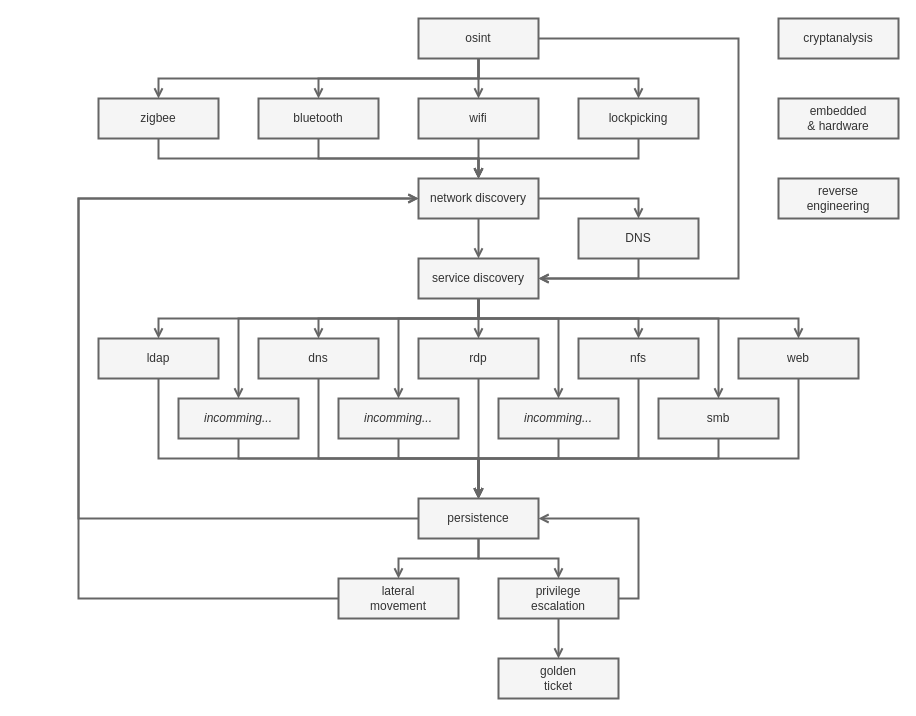
This is posts/notes/pwn/tree.drawio from 0b11stan/blog, a draw.io file, before an edit. Source tidied: cells renumbered, new cells numbered last; positions are measured from the earlier drawing's top-left corner, leaving out a move shared by most shapes. Both pictures are drawn from the tidied source at 100%, with x=0, y=0 at pixel (78, 18).
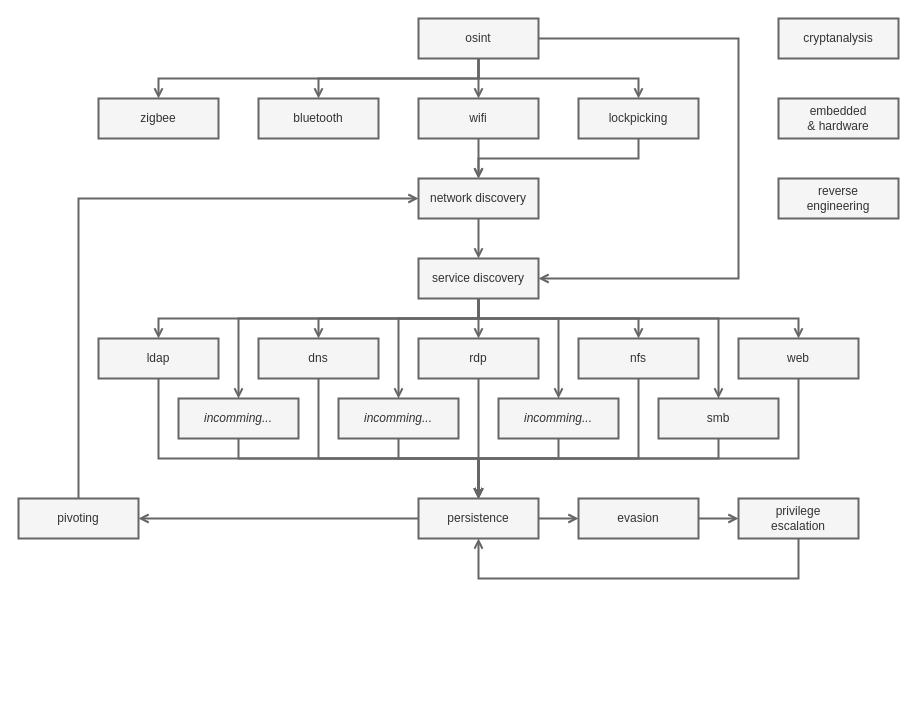
The same page after the edit.

The change refers to these unchanged cells:
```xml
<mxCell id="16" value="network discovery" style="rounded=0;whiteSpace=wrap;html=1;fillColor=#f5f5f5;fontColor=#333333;strokeColor=#666666;strokeWidth=2;" parent="1" vertex="1">
  <mxGeometry x="340" y="160" width="120" height="40" as="geometry" />
</mxCell>
<mxCell id="26" value="service discovery" style="rounded=0;whiteSpace=wrap;html=1;fillColor=#f5f5f5;fontColor=#333333;strokeColor=#666666;strokeWidth=2;" parent="1" vertex="1">
  <mxGeometry x="340" y="240" width="120" height="40" as="geometry" />
</mxCell>
<mxCell id="38" value="persistence" style="rounded=0;whiteSpace=wrap;html=1;fillColor=#f5f5f5;fontColor=#333333;strokeColor=#666666;strokeWidth=2;" parent="1" vertex="1">
  <mxGeometry x="340" y="480" width="120" height="40" as="geometry" />
</mxCell>
<mxCell id="59" value="bluetooth" style="rounded=0;whiteSpace=wrap;html=1;fillColor=#f5f5f5;fontColor=#333333;strokeColor=#666666;strokeWidth=2;" parent="1" vertex="1">
  <mxGeometry x="180" y="80" width="120" height="40" as="geometry" />
</mxCell>
<mxCell id="61" value="zigbee" style="rounded=0;whiteSpace=wrap;html=1;fillColor=#f5f5f5;fontColor=#333333;strokeColor=#666666;strokeWidth=2;" parent="1" vertex="1">
  <mxGeometry x="20" y="80" width="120" height="40" as="geometry" />
</mxCell>
```

What changed in the source:
```diff
@@
-    <mxCell id="15" style="edgeStyle=orthogonalEdgeStyle;rounded=0;jettySize=auto;html=1;strokeWidth=2;fillColor=#f5f5f5;strokeColor=#666666;endArrow=open;endFill=0;" parent="1" edge="1" source="16" target="55">
-      <mxGeometry relative="1" as="geometry">
-        <Array as="points">
-          <mxPoint x="560" y="180" />
-        </Array>
-      </mxGeometry>
-    </mxCell>
@@
-    <mxCell id="35" style="edgeStyle=orthogonalEdgeStyle;rounded=0;jettySize=auto;html=1;fillColor=#f5f5f5;strokeColor=#666666;strokeWidth=2;endArrow=open;endFill=0;" parent="1" edge="1" source="38" target="40">
+    <mxCell id="35" style="edgeStyle=orthogonalEdgeStyle;rounded=0;jettySize=auto;html=1;fillColor=#f5f5f5;strokeColor=#666666;strokeWidth=2;endArrow=open;endFill=0;" parent="1" edge="1" source="38" target="63">
       <mxGeometry relative="1" as="geometry" />
     </mxCell>
-    <mxCell id="36" style="edgeStyle=orthogonalEdgeStyle;rounded=0;jettySize=auto;html=1;fillColor=#f5f5f5;strokeColor=#666666;strokeWidth=2;endArrow=open;endFill=0;" parent="1" edge="1" source="38" target="16">
-      <mxGeometry relative="1" as="geometry">
-        <Array as="points">
-          <mxPoint y="500" />
-          <mxPoint y="180" />
-        </Array>
-      </mxGeometry>
-    </mxCell>
     <mxCell id="37" style="edgeStyle=orthogonalEdgeStyle;rounded=0;jettySize=auto;html=1;fillColor=#f5f5f5;strokeColor=#666666;strokeWidth=2;endArrow=open;endFill=0;" parent="1" edge="1" source="38" target="43">
       <mxGeometry relative="1" as="geometry">
         <Array as="points">
-          <mxPoint x="400" y="540" />
-          <mxPoint x="320" y="540" />
+          <mxPoint x="350" y="500" />
+          <mxPoint x="350" y="500" />
         </Array>
       </mxGeometry>
     </mxCell>
@@
     <mxCell id="39" style="edgeStyle=orthogonalEdgeStyle;rounded=0;jettySize=auto;html=1;fillColor=#f5f5f5;strokeColor=#666666;strokeWidth=2;endArrow=open;endFill=0;" parent="1" edge="1" source="40" target="38">
       <mxGeometry relative="1" as="geometry">
         <Array as="points">
-          <mxPoint x="560" y="580" />
-          <mxPoint x="560" y="500" />
+          <mxPoint x="720" y="560" />
+          <mxPoint x="400" y="560" />
         </Array>
       </mxGeometry>
     </mxCell>
     <mxCell id="40" value="privilege&lt;br&gt;escalation" style="rounded=0;whiteSpace=wrap;html=1;fillColor=#f5f5f5;fontColor=#333333;strokeColor=#666666;strokeWidth=2;" parent="1" vertex="1">
-      <mxGeometry x="420" y="560" width="120" height="40" as="geometry" />
+      <mxGeometry x="660" y="480" width="120" height="40" as="geometry" />
     </mxCell>
-    <mxCell id="41" style="edgeStyle=orthogonalEdgeStyle;rounded=0;jettySize=auto;html=1;fillColor=#f5f5f5;strokeColor=#666666;strokeWidth=2;endArrow=open;endFill=0;" parent="1" edge="1" source="40" target="44">
-      <mxGeometry relative="1" as="geometry" />
-    </mxCell>
     <mxCell id="42" style="edgeStyle=orthogonalEdgeStyle;rounded=0;jettySize=auto;html=1;fillColor=#f5f5f5;strokeColor=#666666;strokeWidth=2;endArrow=open;endFill=0;" parent="1" edge="1" source="43" target="16">
       <mxGeometry relative="1" as="geometry">
         <Array as="points">
-          <mxPoint y="580" />
           <mxPoint y="180" />
         </Array>
       </mxGeometry>
     </mxCell>
-    <mxCell id="43" value="lateral&lt;br&gt;movement" style="rounded=0;whiteSpace=wrap;html=1;fillColor=#f5f5f5;fontColor=#333333;strokeColor=#666666;strokeWidth=2;" parent="1" vertex="1">
-      <mxGeometry x="260" y="560" width="120" height="40" as="geometry" />
+    <mxCell id="43" value="pivoting" style="rounded=0;whiteSpace=wrap;html=1;fillColor=#f5f5f5;fontColor=#333333;strokeColor=#666666;strokeWidth=2;" parent="1" vertex="1">
+      <mxGeometry x="-60" y="480" width="120" height="40" as="geometry" />
     </mxCell>
-    <mxCell id="44" value="golden&lt;br&gt;ticket" style="rounded=0;whiteSpace=wrap;html=1;fillColor=#f5f5f5;fontColor=#333333;strokeColor=#666666;strokeWidth=2;" parent="1" vertex="1">
-      <mxGeometry x="420" y="640" width="120" height="40" as="geometry" />
-    </mxCell>
@@
-    <mxCell id="54" style="edgeStyle=orthogonalEdgeStyle;rounded=0;jettySize=auto;html=1;endArrow=open;endFill=0;strokeWidth=2;fillColor=#f5f5f5;strokeColor=#666666;" parent="1" edge="1" source="55" target="26">
-      <mxGeometry relative="1" as="geometry">
-        <Array as="points">
-          <mxPoint x="560" y="260" />
-        </Array>
-      </mxGeometry>
-    </mxCell>
-    <mxCell id="55" value="DNS" style="rounded=0;whiteSpace=wrap;html=1;fillColor=#f5f5f5;fontColor=#333333;strokeColor=#666666;strokeWidth=2;" parent="1" vertex="1">
-      <mxGeometry x="500" y="200" width="120" height="40" as="geometry" />
-    </mxCell>
@@
-    <mxCell id="58" style="edgeStyle=orthogonalEdgeStyle;rounded=0;jettySize=auto;html=1;endArrow=open;endFill=0;strokeWidth=2;fillColor=#f5f5f5;strokeColor=#666666;" parent="1" edge="1" source="59" target="16">
-      <mxGeometry relative="1" as="geometry">
-        <Array as="points">
-          <mxPoint x="240" y="140" />
-          <mxPoint x="400" y="140" />
-        </Array>
-      </mxGeometry>
-    </mxCell>
@@
-    <mxCell id="60" style="edgeStyle=orthogonalEdgeStyle;rounded=0;jettySize=auto;html=1;endArrow=open;endFill=0;strokeWidth=2;fillColor=#f5f5f5;strokeColor=#666666;" parent="1" edge="1" source="61" target="16">
-      <mxGeometry relative="1" as="geometry">
-        <Array as="points">
-          <mxPoint x="80" y="140" />
-          <mxPoint x="400" y="140" />
-        </Array>
-      </mxGeometry>
-    </mxCell>
@@
+    <mxCell id="62" style="edgeStyle=orthogonalEdgeStyle;rounded=0;jettySize=auto;html=1;strokeWidth=2;fillColor=#f5f5f5;strokeColor=#666666;endArrow=open;endFill=0;" parent="1" edge="1" source="63" target="40">
+      <mxGeometry relative="1" as="geometry" />
+    </mxCell>
+    <mxCell id="63" value="evasion" style="rounded=0;whiteSpace=wrap;html=1;fillColor=#f5f5f5;fontColor=#333333;strokeColor=#666666;strokeWidth=2;" parent="1" vertex="1">
+      <mxGeometry x="500" y="480" width="120" height="40" as="geometry" />
+    </mxCell>
```
